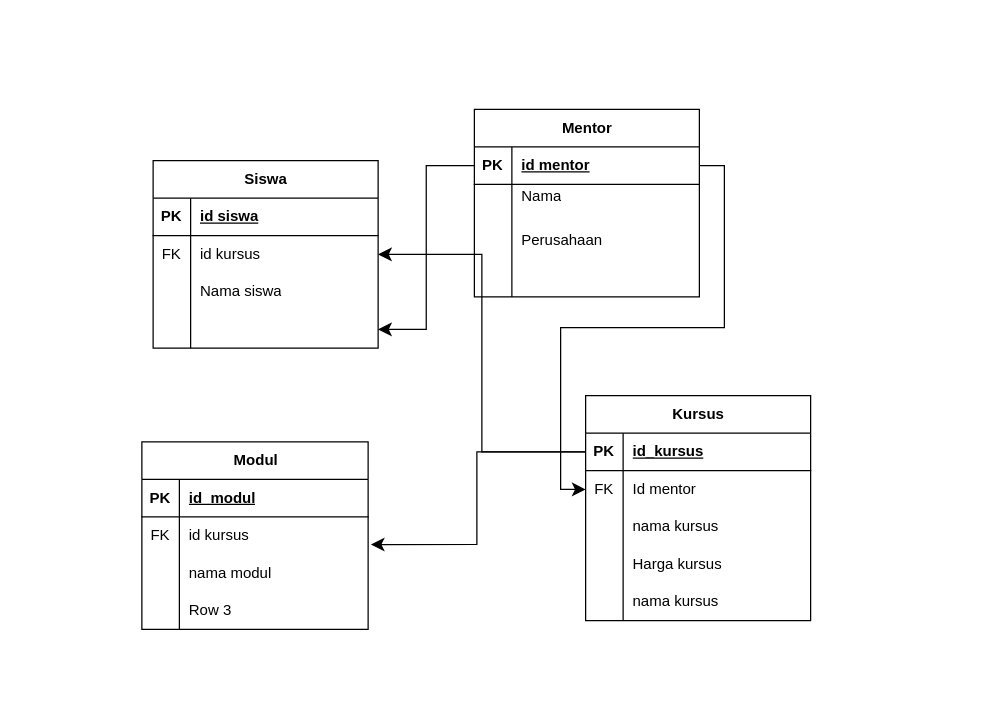
The draw.io diagram normalisasi.drawio in Rizkyhnkw/diagram, before the edit. Source tidied: cells renumbered, new cells numbered last; positions are measured from the earlier drawing's top-left corner, leaving out a move shared by most shapes. Both pictures are drawn from the tidied source at 125%, with x=0, y=0 at pixel (141, 109).
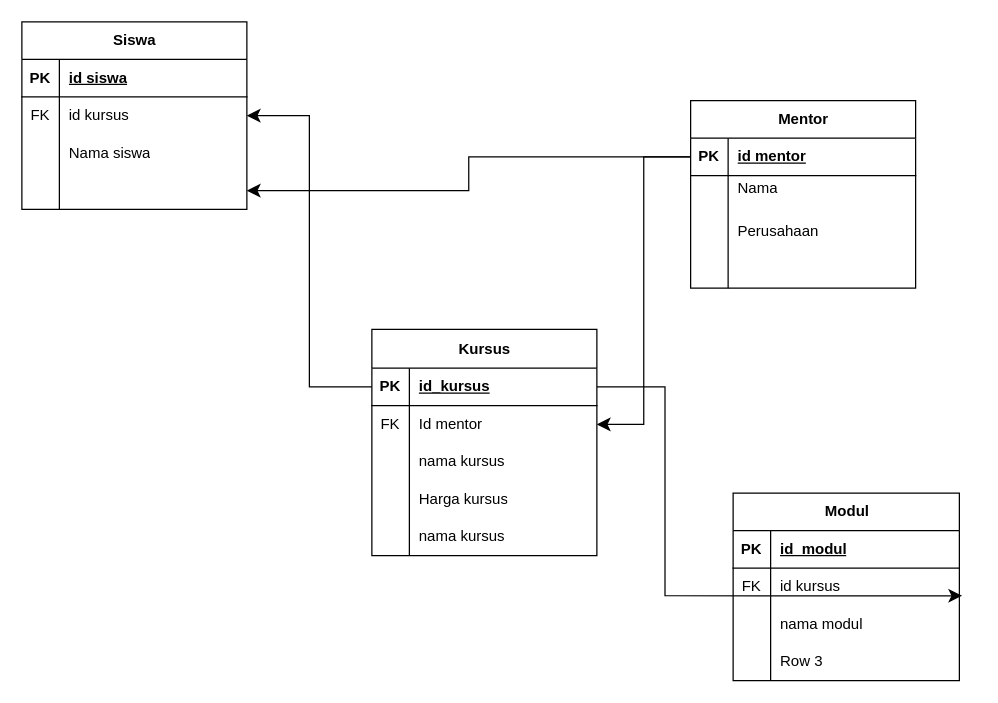
After the change.

Diff of the diagram source:
```diff
@@
     <mxCell id="2" value="Siswa" style="shape=table;startSize=30;childLayout=tableLayout;rowLines=0;fontStyle=1;align=center;html=1;" parent="1" vertex="1">
-      <mxGeometry x="9" y="41" width="180" height="150" as="geometry" />
+      <mxGeometry x="-96" y="-70" width="180" height="150" as="geometry" />
     </mxCell>
@@
     <mxCell id="15" value="Mentor" style="shape=table;startSize=30;childLayout=tableLayout;rowLines=0;fontStyle=1;align=center;html=1;" parent="1" vertex="1">
-      <mxGeometry x="266" width="180" height="150" as="geometry" />
+      <mxGeometry x="439" y="-7" width="180" height="150" as="geometry" />
     </mxCell>
@@
-    <mxCell id="28" value="Kursus" style="shape=table;startSize=30;childLayout=tableLayout;rowLines=0;fontStyle=1;align=center;html=1;" parent="1" vertex="1">
-      <mxGeometry x="355" y="229" width="180" height="180" as="geometry" />
+    <mxCell id="28" value="Kursus" style="shape=table;startSize=31;childLayout=tableLayout;rowLines=0;fontStyle=1;align=center;html=1;" parent="1" vertex="1">
+      <mxGeometry x="184" y="176" width="180" height="181" as="geometry" />
     </mxCell>
     <mxCell id="29" style="shape=tableRow;horizontal=0;startSize=0;swimlaneHead=0;swimlaneBody=0;fillColor=none;points=[[0,0.5],[1,0.5]];portConstraint=eastwest;top=0;left=0;right=0;bottom=1;" parent="28" vertex="1">
-      <mxGeometry y="30" width="180" height="30" as="geometry" />
+      <mxGeometry y="31" width="180" height="30" as="geometry" />
     </mxCell>
@@
     <mxCell id="32" style="shape=tableRow;horizontal=0;startSize=0;swimlaneHead=0;swimlaneBody=0;fillColor=none;points=[[0,0.5],[1,0.5]];portConstraint=eastwest;top=0;left=0;right=0;bottom=0;" parent="28" vertex="1">
-      <mxGeometry y="60" width="180" height="30" as="geometry" />
+      <mxGeometry y="61" width="180" height="30" as="geometry" />
     </mxCell>
@@
     <mxCell id="35" style="shape=tableRow;horizontal=0;startSize=0;swimlaneHead=0;swimlaneBody=0;fillColor=none;top=0;left=0;right=0;bottom=0;" parent="28" vertex="1">
-      <mxGeometry y="90" width="180" height="30" as="geometry" />
+      <mxGeometry y="91" width="180" height="30" as="geometry" />
     </mxCell>
@@
     <mxCell id="38" style="shape=tableRow;horizontal=0;startSize=0;swimlaneHead=0;swimlaneBody=0;fillColor=none;top=0;left=0;right=0;bottom=0;" parent="28" vertex="1">
-      <mxGeometry y="120" width="180" height="30" as="geometry" />
+      <mxGeometry y="121" width="180" height="30" as="geometry" />
     </mxCell>
@@
     <mxCell id="41" style="shape=tableRow;horizontal=0;startSize=0;swimlaneHead=0;swimlaneBody=0;fillColor=none;top=0;left=0;right=0;bottom=0;" parent="28" vertex="1">
-      <mxGeometry y="150" width="180" height="30" as="geometry" />
+      <mxGeometry y="151" width="180" height="30" as="geometry" />
     </mxCell>
@@
     <mxCell id="46" value="Modul" style="shape=table;startSize=30;childLayout=tableLayout;rowLines=0;fontStyle=1;align=center;html=1;" parent="1" vertex="1">
-      <mxGeometry y="266" width="181" height="150" as="geometry" />
+      <mxGeometry x="473" y="307" width="181" height="150" as="geometry" />
     </mxCell>
```
